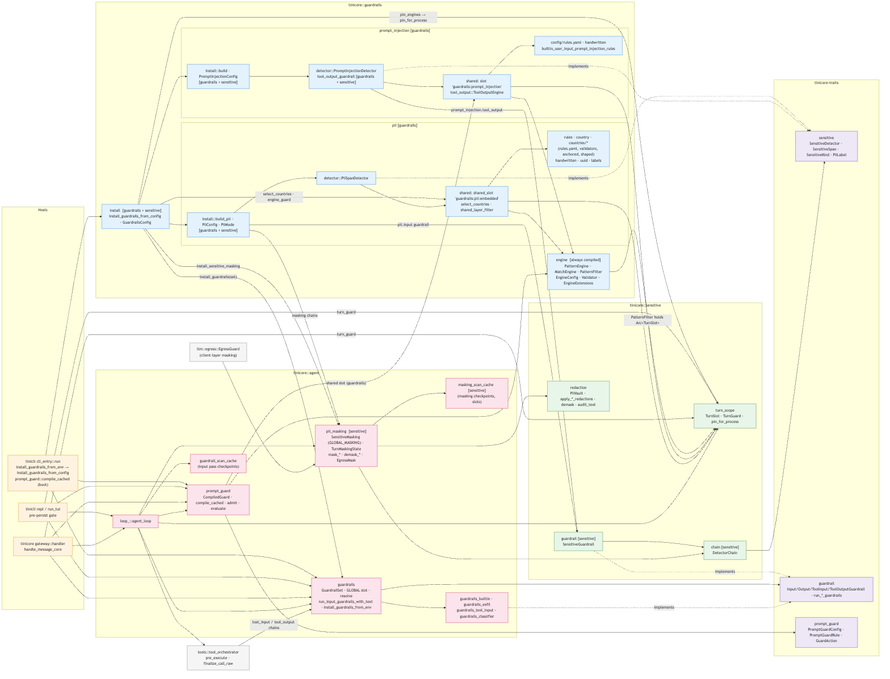
sbc10620/shared keeps this Mermaid diagram as picture/20261030-ARGO-guardrails-uml/fig1-components.png. Above is the earlier version. Its source is kept beside it as picture/20261030-ARGO-guardrails-uml/fig1-components.mmd. The source it was exported from:
```mermaid
flowchart LR
  classDef host fill:#fff3e0,stroke:#e08a00
  classDef traits fill:#ede7f6,stroke:#5e35b1
  classDef gr fill:#e3f2fd,stroke:#1e6fd9
  classDef sens fill:#e8f5e9,stroke:#2e7d32
  classDef agent fill:#fce4ec,stroke:#c2185b
  classDef other fill:#f5f5f5,stroke:#757575

  subgraph HOST["Hosts"]
    CLI["tinicli cli_entry::run<br/>install_guardrails_from_env → install_guardrails_from_config<br/>prompt_guard::compile_cached (boot)"]:::host
    GATE["tinicli repl / run_tui<br/>pre-persist gate"]:::host
    GW["tinicore gateway::handler<br/>handle_message_core"]:::host
  end

  subgraph TT["tinicore-traits"]
    TTS["sensitive<br/>SensitiveDetector · SensitiveSpan · SensitiveKind · PiiLabel"]:::traits
    TTG["guardrail<br/>Input/Output/ToolInput/ToolOutputGuardrail · run_*_guardrails"]:::traits
    TTP["prompt_guard<br/>PromptGuardConfig · PromptGuardRule · GuardAction"]:::traits
  end

  subgraph GR["tinicore::guardrails"]
    INST["install  [guardrails + sensitive]<br/>install_guardrails_from_config · GuardrailsConfig"]:::gr
    subgraph PII["pii  [guardrails]"]
      PIIINST["install::build_pii · PiiConfig · PiiMode<br/>[guardrails + sensitive]"]:::gr
      PIIDET["detector::PiiSpanDetector"]:::gr
      PIISH["shared: shared_slot 'guardrails:pii:embedded'<br/>select_countries · shared_layer_filter"]:::gr
      PIIRULES["rules · country · countries/*<br/>(rules.yaml, validators, anchored, shaped)<br/>handwritten · uuid · labels"]:::gr
    end
    subgraph PI["prompt_injection  [guardrails]"]
      PIINST["install::build · PromptInjectionConfig<br/>[guardrails + sensitive]"]:::gr
      PIDET["detector::PromptInjectionDetector<br/>tool_output_guardrail [guardrails + sensitive]"]:::gr
      PISH["shared: slot 'guardrails:prompt_injection'<br/>tool_output::ToolOutputEngine"]:::gr
      PIRULES["config/rules.yaml · handwritten<br/>builtin_user_input_prompt_injection_rules"]:::gr
    end
    ENG["engine  [always compiled]<br/>PatternEngine · MatchEngine · PatternFilter<br/>EngineConfig · Validator · EngineExtensions"]:::gr
  end

  subgraph SE["tinicore::sensitive"]
    TS["turn_scope<br/>TurnSlot · TurnGuard · pin_for_process"]:::sens
    CH["chain  [sensitive]<br/>DetectorChain"]:::sens
    SG["guardrail  [sensitive]<br/>SensitiveGuardrail"]:::sens
    RED["redaction<br/>PiiVault · apply_*_redactions · demask · audit_text"]:::sens
  end

  subgraph AG["tinicore::agent"]
    AGG["guardrails<br/>GuardrailSet · GLOBAL slot · resolve<br/>run_input_guardrails_with_text · install_guardrails_from_env"]:::agent
    PG["prompt_guard<br/>CompiledGuard · compile_cached · admit · evaluate"]:::agent
    PM["pii_masking  [sensitive]<br/>SensitiveMasking (GLOBAL_MASKING) · TurnMaskingState<br/>mask_* · demask_* · EgressMask"]:::agent
    GSC["guardrail_scan_cache<br/>(input pass checkpoints)"]:::agent
    MSC["masking_scan_cache  [sensitive]<br/>(masking checkpoints, slots)"]:::agent
    LOOP["loop_::agent_loop"]:::agent
    PACKS["guardrails_builtin · guardrails_exfil<br/>guardrails_tool_input · guardrails_classifier"]:::agent
  end

  ORCH["tools::tool_orchestrator<br/>pre_execute · finalize_call_raw"]:::other
  EGR["llm::egress::EgressGuard<br/>(client-layer masking)"]:::other

  CLI --> INST
  CLI --> PG
  CLI --> AGG
  GATE --> AGG
  GATE --> PG
  GW --> AGG
  GW --> PG
  GATE --> LOOP
  GW --> LOOP

  INST --> PIIINST
  INST --> PIINST
  INST -- "install_guardrails(set)" --> AGG
  INST -- "install_sensitive_masking" --> PM
  INST -- "pin_engines → pin_for_process" --> TS
  INST -- "select_countries · engine_guard" --> PIISH
  GATE -- "turn_guard" --> TS
  GW -- "turn_guard" --> TS

  PIIINST --> PIIDET
  PIIINST -- "pii.input guardrail" --> SG
  PIIINST -- "masking chains" --> PM
  PIIDET --> PIISH
  PIISH --> PIIRULES
  PIISH --> ENG
  PIIDET -. implements .-> TTS

  PIINST --> PIDET
  PIDET -- "prompt_injection.tool_output" --> SG
  PIDET --> PISH
  PISH --> PIRULES
  PISH --> ENG
  PIDET -. implements .-> TTS

  ENG -- "PatternFilter holds Arc&lt;TurnSlot&gt;" --> TS
  PISH --> TS
  PIISH --> TS

  SG --> CH
  CH --> TTS
  SG -. implements .-> TTG
  PG --> ENG
  PG -- "shared slot (guardrails)" --> PISH
  PG --> TTP

  LOOP --> PG
  LOOP --> AGG
  LOOP --> GSC
  LOOP --> PM
  LOOP --> TS
  PM --> MSC
  PM --> CH
  PM --> RED
  AGG --> TTG
  PACKS -. implements .-> TTG
  AGG --> PACKS
  LOOP --> ORCH
  ORCH -- "tool_input / tool_output chains" --> AGG
  EGR --> PM
```
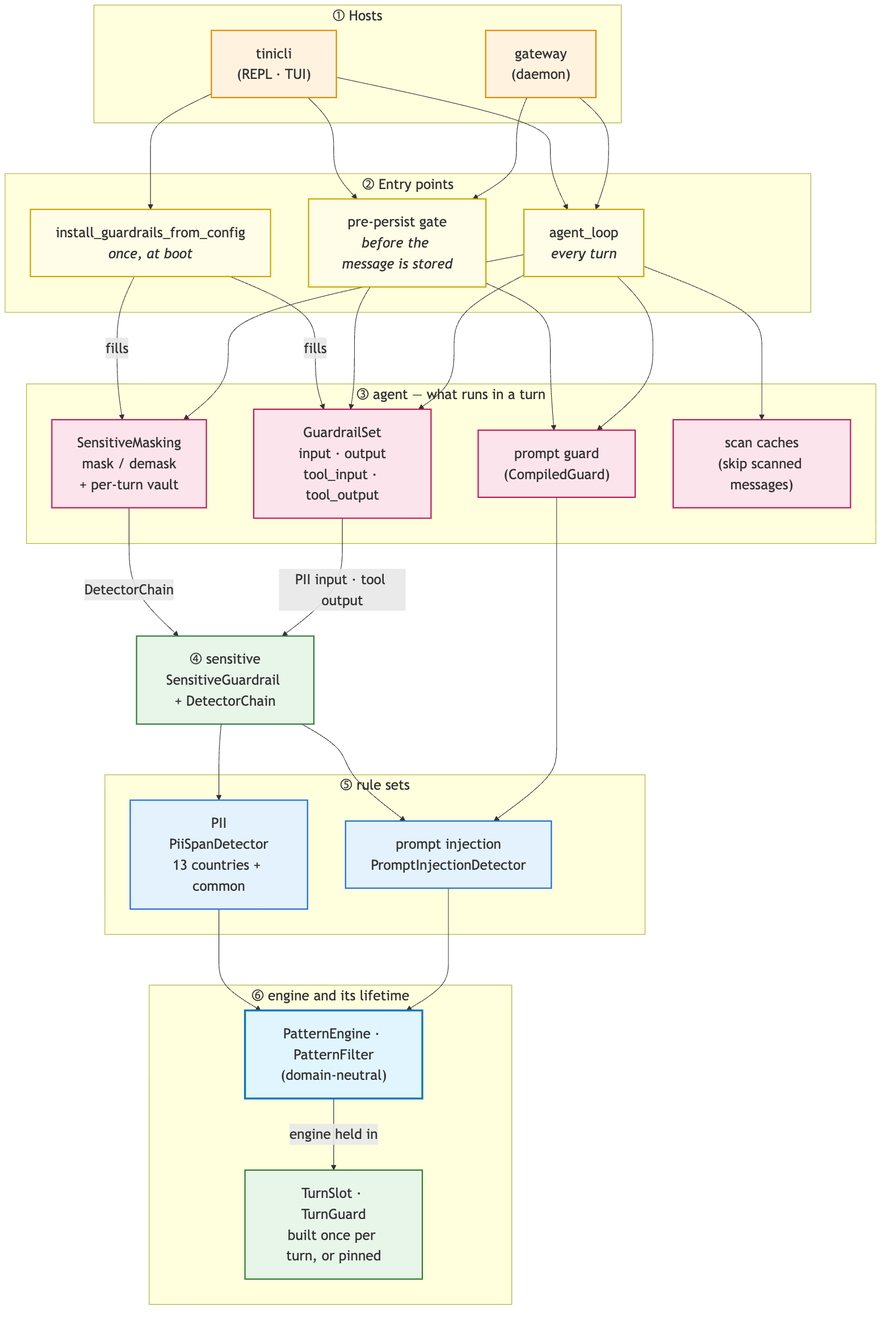
Later version of the same file.

The edit, as a diff of the source:
```diff
@@ -1,116 +1,67 @@
-flowchart LR
-  classDef host fill:#fff3e0,stroke:#e08a00
-  classDef traits fill:#ede7f6,stroke:#5e35b1
-  classDef gr fill:#e3f2fd,stroke:#1e6fd9
-  classDef sens fill:#e8f5e9,stroke:#2e7d32
-  classDef agent fill:#fce4ec,stroke:#c2185b
-  classDef other fill:#f5f5f5,stroke:#757575
+%%{init: {"themeVariables": {"fontSize": "22px"}, "flowchart": {"nodeSpacing": 60, "rankSpacing": 80, "padding": 20}}}%%
+flowchart TB
+  classDef host fill:#fff3e0,stroke:#e08a00,stroke-width:2px
+  classDef entry fill:#fffde7,stroke:#c9a800,stroke-width:2px
+  classDef agent fill:#fce4ec,stroke:#c2185b,stroke-width:2px
+  classDef sens fill:#e8f5e9,stroke:#2e7d32,stroke-width:2px
+  classDef rules fill:#e3f2fd,stroke:#1e6fd9,stroke-width:2px
+  classDef eng fill:#e1f5fe,stroke:#0277bd,stroke-width:3px
 
-  subgraph HOST["Hosts"]
-    CLI["tinicli cli_entry::run<br/>install_guardrails_from_env → install_guardrails_from_config<br/>prompt_guard::compile_cached (boot)"]:::host
-    GATE["tinicli repl / run_tui<br/>pre-persist gate"]:::host
-    GW["tinicore gateway::handler<br/>handle_message_core"]:::host
+  subgraph L1["① Hosts"]
+    direction LR
+    CLI["tinicli<br/>(REPL · TUI)"]:::host
+    GW["gateway<br/>(daemon)"]:::host
   end
 
-  subgraph TT["tinicore-traits"]
-    TTS["sensitive<br/>SensitiveDetector · SensitiveSpan · SensitiveKind · PiiLabel"]:::traits
-    TTG["guardrail<br/>Input/Output/ToolInput/ToolOutputGuardrail · run_*_guardrails"]:::traits
-    TTP["prompt_guard<br/>PromptGuardConfig · PromptGuardRule · GuardAction"]:::traits
+  subgraph L2["② Entry points"]
+    direction LR
+    INST["install_guardrails_from_config<br/><i>once, at boot</i>"]:::entry
+    GATE["pre-persist gate<br/><i>before the message is stored</i>"]:::entry
+    LOOP["agent_loop<br/><i>every turn</i>"]:::entry
   end
 
-  subgraph GR["tinicore::guardrails"]
-    INST["install  [guardrails + sensitive]<br/>install_guardrails_from_config · GuardrailsConfig"]:::gr
-    subgraph PII["pii  [guardrails]"]
-      PIIINST["install::build_pii · PiiConfig · PiiMode<br/>[guardrails + sensitive]"]:::gr
-      PIIDET["detector::PiiSpanDetector"]:::gr
-      PIISH["shared: shared_slot 'guardrails:pii:embedded'<br/>select_countries · shared_layer_filter"]:::gr
-      PIIRULES["rules · country · countries/*<br/>(rules.yaml, validators, anchored, shaped)<br/>handwritten · uuid · labels"]:::gr
-    end
-    subgraph PI["prompt_injection  [guardrails]"]
-      PIINST["install::build · PromptInjectionConfig<br/>[guardrails + sensitive]"]:::gr
-      PIDET["detector::PromptInjectionDetector<br/>tool_output_guardrail [guardrails + sensitive]"]:::gr
-      PISH["shared: slot 'guardrails:prompt_injection'<br/>tool_output::ToolOutputEngine"]:::gr
-      PIRULES["config/rules.yaml · handwritten<br/>builtin_user_input_prompt_injection_rules"]:::gr
-    end
-    ENG["engine  [always compiled]<br/>PatternEngine · MatchEngine · PatternFilter<br/>EngineConfig · Validator · EngineExtensions"]:::gr
+  subgraph L3["③ agent — what runs in a turn"]
+    direction LR
+    MASK["SensitiveMasking<br/>mask / demask<br/>+ per-turn vault"]:::agent
+    SET["GuardrailSet<br/>input · output<br/>tool_input · tool_output"]:::agent
+    PG["prompt guard<br/>(CompiledGuard)"]:::agent
+    CACHE["scan caches<br/>(skip scanned messages)"]:::agent
   end
 
-  subgraph SE["tinicore::sensitive"]
-    TS["turn_scope<br/>TurnSlot · TurnGuard · pin_for_process"]:::sens
-    CH["chain  [sensitive]<br/>DetectorChain"]:::sens
-    SG["guardrail  [sensitive]<br/>SensitiveGuardrail"]:::sens
-    RED["redaction<br/>PiiVault · apply_*_redactions · demask · audit_text"]:::sens
+  SG["④ sensitive<br/>SensitiveGuardrail + DetectorChain"]:::sens
+
+  subgraph L5["⑤ rule sets"]
+    direction LR
+    PII["PII<br/>PiiSpanDetector<br/>13 countries + common"]:::rules
+    PI["prompt injection<br/>PromptInjectionDetector"]:::rules
   end
 
-  subgraph AG["tinicore::agent"]
-    AGG["guardrails<br/>GuardrailSet · GLOBAL slot · resolve<br/>run_input_guardrails_with_text · install_guardrails_from_env"]:::agent
-    PG["prompt_guard<br/>CompiledGuard · compile_cached · admit · evaluate"]:::agent
-    PM["pii_masking  [sensitive]<br/>SensitiveMasking (GLOBAL_MASKING) · TurnMaskingState<br/>mask_* · demask_* · EgressMask"]:::agent
-    GSC["guardrail_scan_cache<br/>(input pass checkpoints)"]:::agent
-    MSC["masking_scan_cache  [sensitive]<br/>(masking checkpoints, slots)"]:::agent
-    LOOP["loop_::agent_loop"]:::agent
-    PACKS["guardrails_builtin · guardrails_exfil<br/>guardrails_tool_input · guardrails_classifier"]:::agent
+  subgraph L6["⑥ engine and its lifetime"]
+    direction LR
+    ENG["PatternEngine · PatternFilter<br/>(domain-neutral)"]:::eng
+    TS["TurnSlot · TurnGuard<br/>built once per turn, or pinned"]:::sens
   end
 
-  ORCH["tools::tool_orchestrator<br/>pre_execute · finalize_call_raw"]:::other
-  EGR["llm::egress::EgressGuard<br/>(client-layer masking)"]:::other
-
   CLI --> INST
-  CLI --> PG
-  CLI --> AGG
-  GATE --> AGG
-  GATE --> PG
-  GW --> AGG
-  GW --> PG
-  GATE --> LOOP
+  CLI --> GATE
+  GW --> GATE
+  CLI --> LOOP
   GW --> LOOP
 
-  INST --> PIIINST
-  INST --> PIINST
-  INST -- "install_guardrails(set)" --> AGG
-  INST -- "install_sensitive_masking" --> PM
-  INST -- "pin_engines → pin_for_process" --> TS
-  INST -- "select_countries · engine_guard" --> PIISH
-  GATE -- "turn_guard" --> TS
-  GW -- "turn_guard" --> TS
+  INST -- "fills" --> MASK
+  INST -- "fills" --> SET
+  GATE --> SET
+  GATE --> PG
+  LOOP --> MASK
+  LOOP --> SET
+  LOOP --> PG
+  LOOP --> CACHE
 
-  PIIINST --> PIIDET
-  PIIINST -- "pii.input guardrail" --> SG
-  PIIINST -- "masking chains" --> PM
-  PIIDET --> PIISH
-  PIISH --> PIIRULES
-  PIISH --> ENG
-  PIIDET -. implements .-> TTS
-
-  PIINST --> PIDET
-  PIDET -- "prompt_injection.tool_output" --> SG
-  PIDET --> PISH
-  PISH --> PIRULES
-  PISH --> ENG
-  PIDET -. implements .-> TTS
-
-  ENG -- "PatternFilter holds Arc&lt;TurnSlot&gt;" --> TS
-  PISH --> TS
-  PIISH --> TS
-
-  SG --> CH
-  CH --> TTS
-  SG -. implements .-> TTG
-  PG --> ENG
-  PG -- "shared slot (guardrails)" --> PISH
-  PG --> TTP
-
-  LOOP --> PG
-  LOOP --> AGG
-  LOOP --> GSC
-  LOOP --> PM
-  LOOP --> TS
-  PM --> MSC
-  PM --> CH
-  PM --> RED
-  AGG --> TTG
-  PACKS -. implements .-> TTG
-  AGG --> PACKS
-  LOOP --> ORCH
-  ORCH -- "tool_input / tool_output chains" --> AGG
-  EGR --> PM
+  MASK -- "DetectorChain" --> SG
+  SET -- "PII input · tool output" --> SG
+  SG --> PII
+  SG --> PI
+  PG --> PI
+  PII --> ENG
+  PI --> ENG
+  ENG -- "engine held in" --> TS
```
